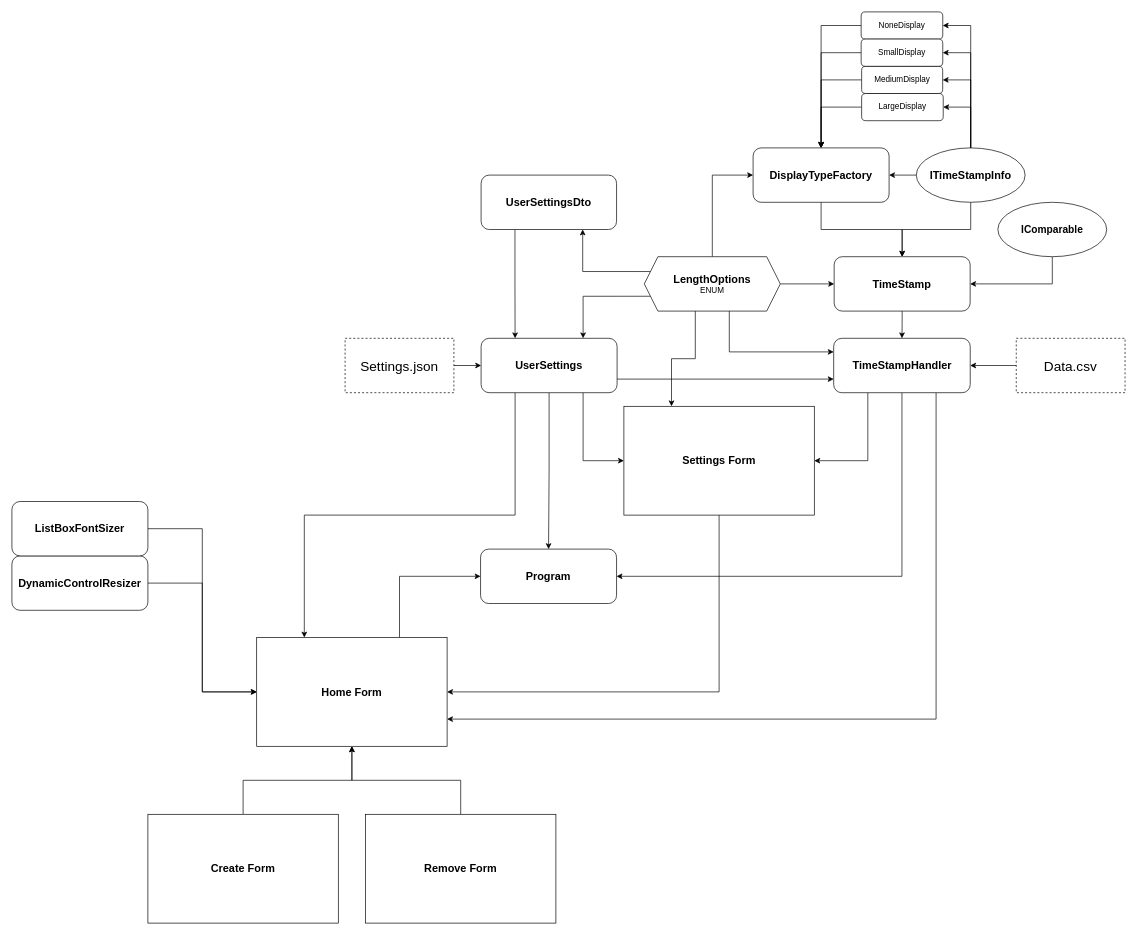
Andy-Mckelvey05/Chrono-Count-3 keeps this draw.io diagram as Chrono Count 3/ERD/ChronoCount3.drawio. Above is the earlier version. Source tidied: cells renumbered, new cells numbered last; positions are measured from the earlier drawing's top-left corner, leaving out a move shared by most shapes. Both pictures are drawn from the tidied source at 68%, with x=0, y=0 at pixel (12, 12).
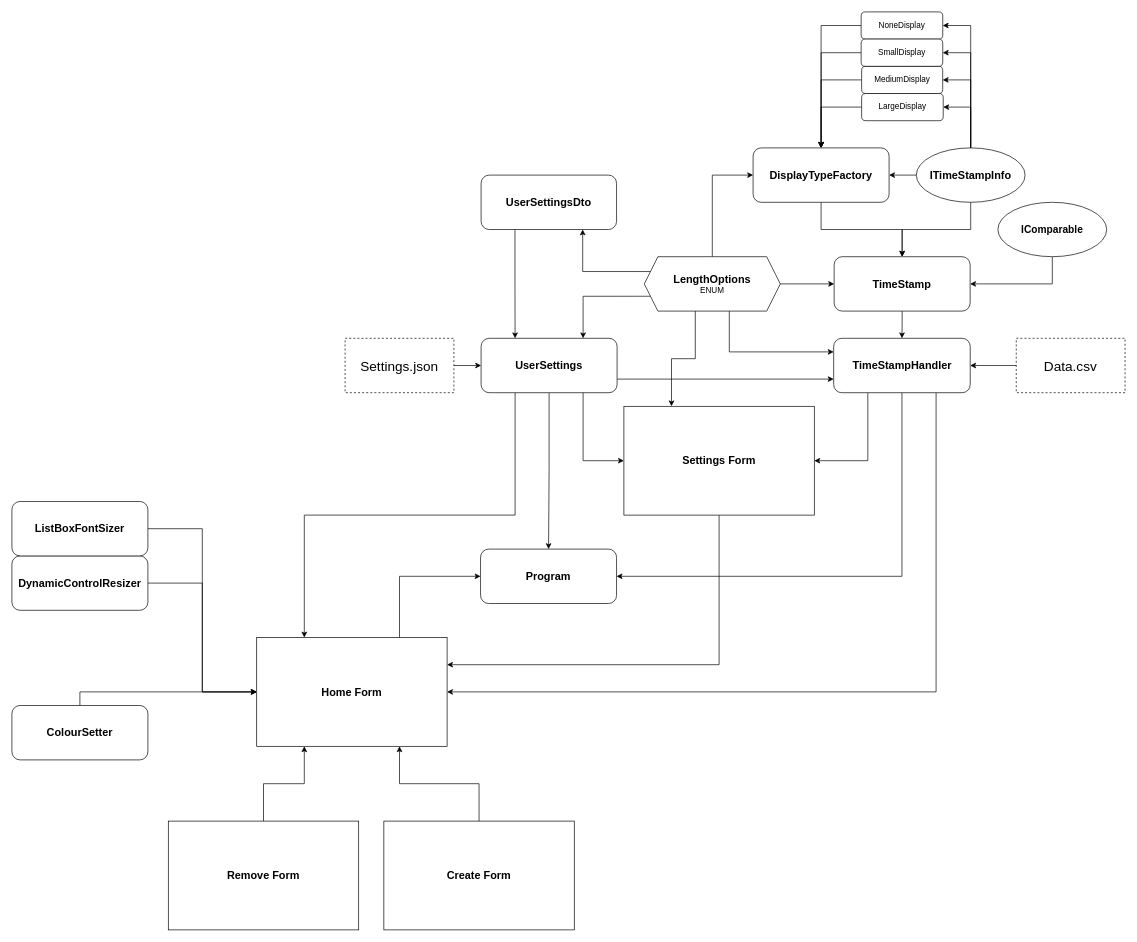
The same page after the edit.

Unchanged cells that the change refers to:
```xml
<mxCell id="43" value="&lt;font style=&quot;&quot;&gt;&lt;span style=&quot;font-size: 16px;&quot;&gt;&lt;b&gt;TimeStampHandler&lt;/b&gt;&lt;/span&gt;&lt;/font&gt;" style="rounded=1;whiteSpace=wrap;html=1;" parent="1" vertex="1">
  <mxGeometry x="1208.5" y="480" width="200.8" height="80" as="geometry" />
</mxCell>
<mxCell id="45" value="&lt;b style=&quot;font-size: 16px;&quot;&gt;Settings Form&lt;/b&gt;" style="rounded=0;whiteSpace=wrap;html=1;" parent="1" vertex="1">
  <mxGeometry x="900" y="580" width="280" height="160" as="geometry" />
</mxCell>
<mxCell id="47" value="&lt;b style=&quot;font-size: 16px;&quot;&gt;Home Form&lt;/b&gt;" style="rounded=0;whiteSpace=wrap;html=1;" parent="1" vertex="1">
  <mxGeometry x="360" y="920" width="280" height="160" as="geometry" />
</mxCell>
```

Diff of the diagram source:
```diff
@@
-    <mxCell id="40" style="edgeStyle=orthogonalEdgeStyle;rounded=0;jettySize=auto;html=1;exitX=0.75;exitY=1;exitDx=0;exitDy=0;entryX=1;entryY=0.75;entryDx=0;entryDy=0;" parent="1" edge="1" source="43" target="47">
-      <mxGeometry relative="1" as="geometry" />
-    </mxCell>
@@
+    <mxCell id="40" style="edgeStyle=orthogonalEdgeStyle;rounded=0;jettySize=auto;html=1;exitX=0.75;exitY=1;exitDx=0;exitDy=0;entryX=1;entryY=0.5;entryDx=0;entryDy=0;" parent="1" edge="1" source="43" target="47">
+      <mxGeometry relative="1" as="geometry" />
+    </mxCell>
@@
-    <mxCell id="44" style="edgeStyle=orthogonalEdgeStyle;rounded=0;jettySize=auto;html=1;exitX=0.5;exitY=1;exitDx=0;exitDy=0;entryX=1;entryY=0.5;entryDx=0;entryDy=0;" parent="1" edge="1" source="45" target="47">
+    <mxCell id="44" style="edgeStyle=orthogonalEdgeStyle;rounded=0;jettySize=auto;html=1;exitX=0.5;exitY=1;exitDx=0;exitDy=0;entryX=1;entryY=0.25;entryDx=0;entryDy=0;" parent="1" edge="1" source="45" target="47">
       <mxGeometry relative="1" as="geometry" />
     </mxCell>
@@
-    <mxCell id="48" style="edgeStyle=orthogonalEdgeStyle;rounded=0;jettySize=auto;html=1;exitX=0.5;exitY=0;exitDx=0;exitDy=0;entryX=0.5;entryY=1;entryDx=0;entryDy=0;" parent="1" edge="1" source="49" target="47">
+    <mxCell id="48" style="edgeStyle=orthogonalEdgeStyle;rounded=0;jettySize=auto;html=1;exitX=0.5;exitY=0;exitDx=0;exitDy=0;entryX=0.75;entryY=1;entryDx=0;entryDy=0;" parent="1" edge="1" source="49" target="47">
       <mxGeometry relative="1" as="geometry" />
     </mxCell>
     <mxCell id="49" value="&lt;b style=&quot;font-size: 16px;&quot;&gt;Create Form&lt;/b&gt;" style="rounded=0;whiteSpace=wrap;html=1;" parent="1" vertex="1">
-      <mxGeometry x="200" y="1180" width="280" height="160" as="geometry" />
+      <mxGeometry x="547" y="1190" width="280" height="160" as="geometry" />
     </mxCell>
-    <mxCell id="50" style="edgeStyle=orthogonalEdgeStyle;rounded=0;jettySize=auto;html=1;exitX=0.5;exitY=0;exitDx=0;exitDy=0;entryX=0.5;entryY=1;entryDx=0;entryDy=0;" parent="1" edge="1" source="51" target="47">
+    <mxCell id="50" style="edgeStyle=orthogonalEdgeStyle;rounded=0;jettySize=auto;html=1;exitX=0.5;exitY=0;exitDx=0;exitDy=0;entryX=0.25;entryY=1;entryDx=0;entryDy=0;" parent="1" edge="1" source="51" target="47">
       <mxGeometry relative="1" as="geometry" />
     </mxCell>
     <mxCell id="51" value="&lt;b style=&quot;font-size: 16px;&quot;&gt;Remove Form&lt;/b&gt;" style="rounded=0;whiteSpace=wrap;html=1;" parent="1" vertex="1">
-      <mxGeometry x="520" y="1180" width="280" height="160" as="geometry" />
+      <mxGeometry x="230" y="1190" width="280" height="160" as="geometry" />
     </mxCell>
@@
+    <mxCell id="58" style="edgeStyle=orthogonalEdgeStyle;rounded=0;jettySize=auto;html=1;exitX=0.5;exitY=0;exitDx=0;exitDy=0;entryX=0;entryY=0.5;entryDx=0;entryDy=0;" parent="1" edge="1" source="59" target="47">
+      <mxGeometry relative="1" as="geometry" />
+    </mxCell>
+    <mxCell id="59" value="&lt;span style=&quot;font-size: 16px;&quot;&gt;&lt;b&gt;ColourSetter&lt;/b&gt;&lt;/span&gt;" style="rounded=1;whiteSpace=wrap;html=1;" parent="1" vertex="1">
+      <mxGeometry y="1020" width="200" height="80" as="geometry" />
+    </mxCell>
```
